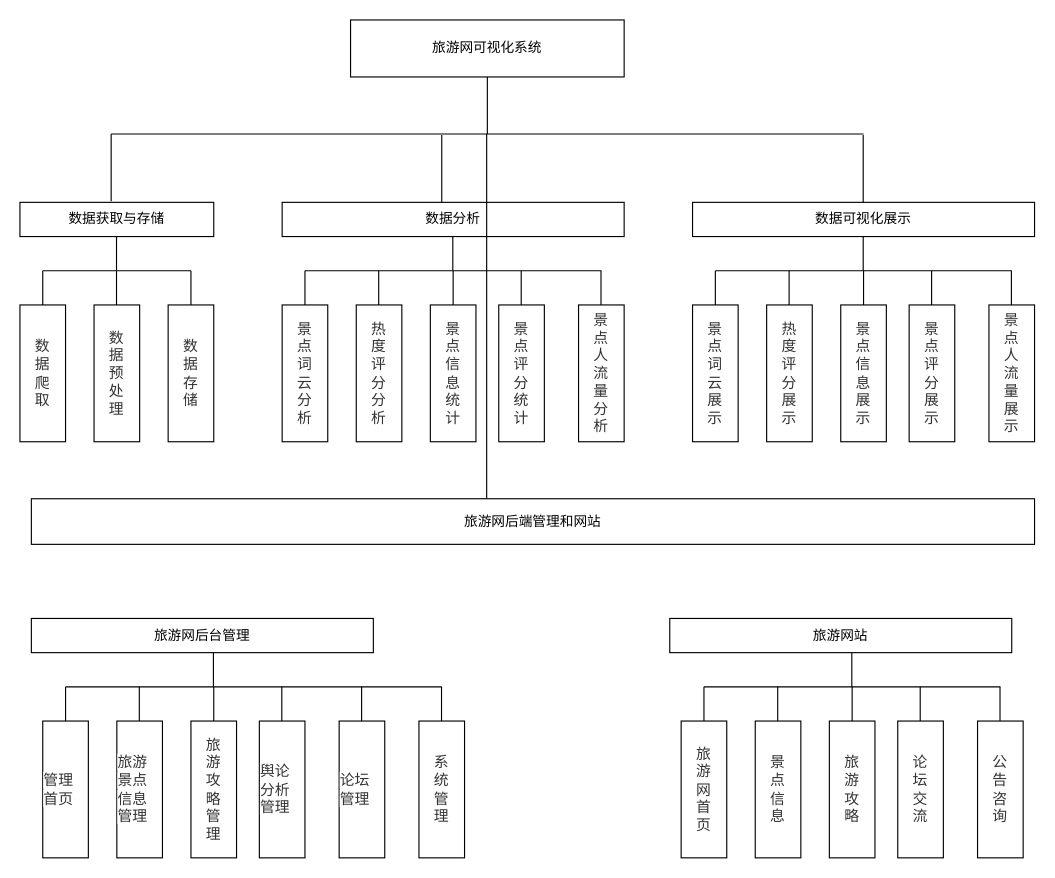
Above: 基于springboot旅游网系统设计.drawio in QingLianDuo/begraph (draw.io), before the change. Source tidied: cells renumbered, new cells numbered last; positions are measured from the earlier drawing's top-left corner, leaving out a move shared by most shapes. Both pictures are drawn from the tidied source at 114%, with x=0, y=0 at pixel (19, 19).
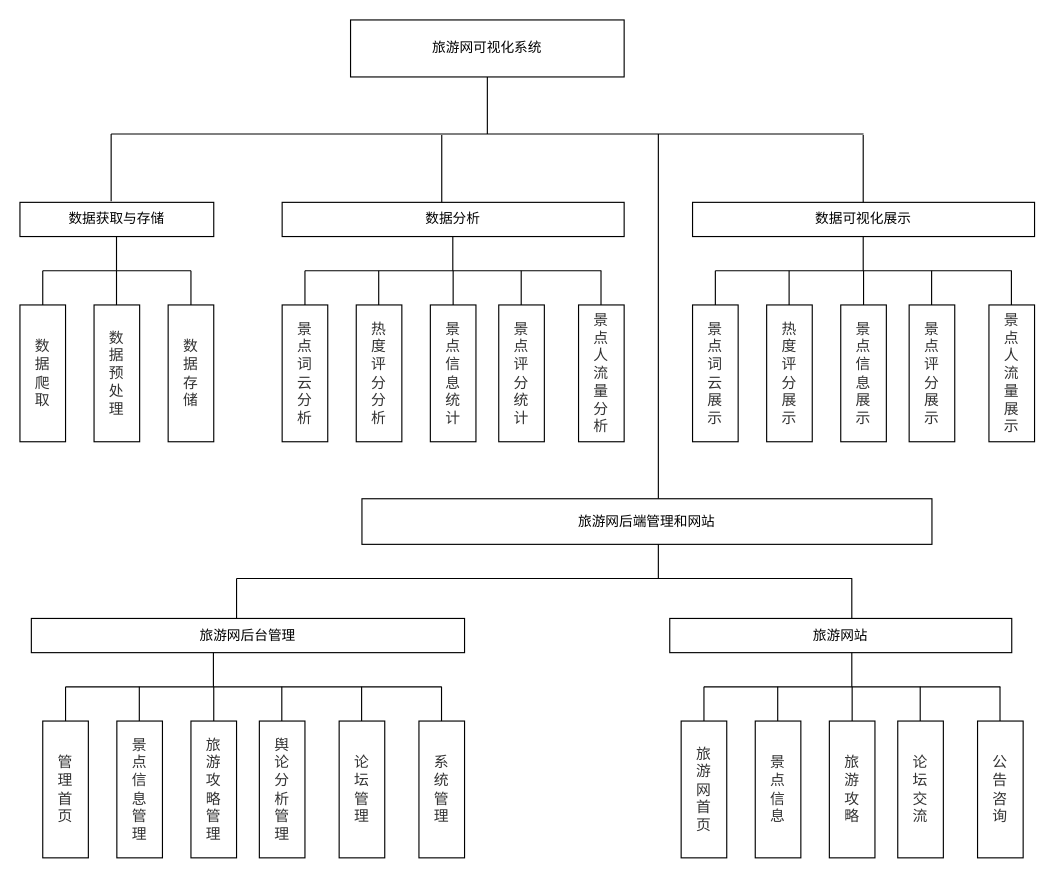
The same page after the edit.

Commit message (it also covers changes not shown here):
更新基于springboot旅游网系统设计.drawio

What changed in the source:
```diff
@@
     <mxCell id="43" style="endArrow=none;html=1;rounded=0;" parent="1" edge="1">
       <mxGeometry relative="1" as="geometry">
-        <mxPoint x="409.4" y="420" as="sourcePoint" />
-        <mxPoint x="409.4" y="100" as="targetPoint" />
+        <mxPoint x="560" y="420" as="sourcePoint" />
+        <mxPoint x="560" y="100" as="targetPoint" />
       </mxGeometry>
     </mxCell>
     <mxCell id="44" value="旅游网后端管理和网站" style="rounded=0;whiteSpace=wrap;html=1;" parent="1" vertex="1">
-      <mxGeometry x="10" y="420" width="880" height="40" as="geometry" />
+      <mxGeometry x="300" y="420" width="500" height="40" as="geometry" />
     </mxCell>
@@
     <mxCell id="58" value="旅游网后台管理" style="rounded=0;whiteSpace=wrap;html=1;" parent="1" vertex="1">
-      <mxGeometry x="10" y="525" width="300" height="30" as="geometry" />
+      <mxGeometry x="10" y="525" width="380" height="30" as="geometry" />
     </mxCell>
-    <mxCell id="59" value="&lt;div style=&quot;text-align: start;&quot;&gt;&lt;font face=&quot;Arial, sans-serif&quot; color=&quot;#333333&quot;&gt;&lt;span style=&quot;font-size: 13px; background-color: rgb(255, 255, 255);&quot;&gt;管理首页&lt;/span&gt;&lt;/font&gt;&lt;/div&gt;" style="rounded=0;whiteSpace=wrap;html=1;" parent="1" vertex="1">
+    <mxCell id="59" value="&lt;div style=&quot;text-align: start;&quot;&gt;&lt;font face=&quot;Arial, sans-serif&quot; color=&quot;#333333&quot;&gt;&lt;span style=&quot;font-size: 13px; background-color: rgb(255, 255, 255);&quot;&gt;管&lt;/span&gt;&lt;/font&gt;&lt;/div&gt;&lt;div style=&quot;text-align: start;&quot;&gt;&lt;font face=&quot;Arial, sans-serif&quot; color=&quot;#333333&quot;&gt;&lt;span style=&quot;font-size: 13px; background-color: rgb(255, 255, 255);&quot;&gt;理&lt;/span&gt;&lt;/font&gt;&lt;/div&gt;&lt;div style=&quot;text-align: start;&quot;&gt;&lt;font face=&quot;Arial, sans-serif&quot; color=&quot;#333333&quot;&gt;&lt;span style=&quot;font-size: 13px; background-color: rgb(255, 255, 255);&quot;&gt;首&lt;/span&gt;&lt;/font&gt;&lt;/div&gt;&lt;div style=&quot;text-align: start;&quot;&gt;&lt;font face=&quot;Arial, sans-serif&quot; color=&quot;#333333&quot;&gt;&lt;span style=&quot;font-size: 13px; background-color: rgb(255, 255, 255);&quot;&gt;页&lt;/span&gt;&lt;/font&gt;&lt;/div&gt;" style="rounded=0;whiteSpace=wrap;html=1;" parent="1" vertex="1">
       <mxGeometry x="20" y="615" width="40" height="120" as="geometry" />
     </mxCell>
-    <mxCell id="60" value="&lt;div style=&quot;text-align: start;&quot;&gt;&lt;font face=&quot;Arial, sans-serif&quot; color=&quot;#333333&quot;&gt;&lt;span style=&quot;font-size: 13px; background-color: rgb(255, 255, 255);&quot;&gt;旅游景点信息管理&lt;/span&gt;&lt;/font&gt;&lt;/div&gt;" style="rounded=0;whiteSpace=wrap;html=1;" parent="1" vertex="1">
+    <mxCell id="60" value="&lt;div style=&quot;text-align: start;&quot;&gt;&lt;span style=&quot;background-color: rgb(255, 255, 255); font-size: 13px; color: rgb(51, 51, 51); font-family: Arial, sans-serif;&quot;&gt;景&lt;/span&gt;&lt;/div&gt;&lt;div style=&quot;text-align: start;&quot;&gt;&lt;span style=&quot;background-color: rgb(255, 255, 255); font-size: 13px; color: rgb(51, 51, 51); font-family: Arial, sans-serif;&quot;&gt;点&lt;/span&gt;&lt;/div&gt;&lt;div style=&quot;text-align: start;&quot;&gt;&lt;span style=&quot;background-color: rgb(255, 255, 255); font-size: 13px; color: rgb(51, 51, 51); font-family: Arial, sans-serif;&quot;&gt;信&lt;/span&gt;&lt;/div&gt;&lt;div style=&quot;text-align: start;&quot;&gt;&lt;span style=&quot;background-color: rgb(255, 255, 255); font-size: 13px; color: rgb(51, 51, 51); font-family: Arial, sans-serif;&quot;&gt;息&lt;/span&gt;&lt;/div&gt;&lt;div style=&quot;text-align: start;&quot;&gt;&lt;span style=&quot;background-color: rgb(255, 255, 255); font-size: 13px; color: rgb(51, 51, 51); font-family: Arial, sans-serif;&quot;&gt;管&lt;/span&gt;&lt;/div&gt;&lt;div style=&quot;text-align: start;&quot;&gt;&lt;span style=&quot;background-color: rgb(255, 255, 255); font-size: 13px; color: rgb(51, 51, 51); font-family: Arial, sans-serif;&quot;&gt;理&lt;/span&gt;&lt;/div&gt;" style="rounded=0;whiteSpace=wrap;html=1;" parent="1" vertex="1">
       <mxGeometry x="85" y="615" width="40" height="120" as="geometry" />
     </mxCell>
@@
-    <mxCell id="67" value="&lt;div style=&quot;text-align: start;&quot;&gt;&lt;font face=&quot;Arial, sans-serif&quot; color=&quot;#333333&quot;&gt;&lt;span style=&quot;font-size: 13px; background-color: rgb(255, 255, 255);&quot;&gt;舆论分析管理&lt;/span&gt;&lt;/font&gt;&lt;/div&gt;" style="rounded=0;whiteSpace=wrap;html=1;" parent="1" vertex="1">
+    <mxCell id="67" value="&lt;div style=&quot;text-align: start;&quot;&gt;&lt;font face=&quot;Arial, sans-serif&quot; color=&quot;#333333&quot;&gt;&lt;span style=&quot;font-size: 13px; background-color: rgb(255, 255, 255);&quot;&gt;舆&lt;/span&gt;&lt;/font&gt;&lt;/div&gt;&lt;div style=&quot;text-align: start;&quot;&gt;&lt;font face=&quot;Arial, sans-serif&quot; color=&quot;#333333&quot;&gt;&lt;span style=&quot;font-size: 13px; background-color: rgb(255, 255, 255);&quot;&gt;论&lt;/span&gt;&lt;/font&gt;&lt;/div&gt;&lt;div style=&quot;text-align: start;&quot;&gt;&lt;font face=&quot;Arial, sans-serif&quot; color=&quot;#333333&quot;&gt;&lt;span style=&quot;font-size: 13px; background-color: rgb(255, 255, 255);&quot;&gt;分&lt;/span&gt;&lt;/font&gt;&lt;/div&gt;&lt;div style=&quot;text-align: start;&quot;&gt;&lt;font face=&quot;Arial, sans-serif&quot; color=&quot;#333333&quot;&gt;&lt;span style=&quot;font-size: 13px; background-color: rgb(255, 255, 255);&quot;&gt;析&lt;/span&gt;&lt;/font&gt;&lt;/div&gt;&lt;div style=&quot;text-align: start;&quot;&gt;&lt;font face=&quot;Arial, sans-serif&quot; color=&quot;#333333&quot;&gt;&lt;span style=&quot;font-size: 13px; background-color: rgb(255, 255, 255);&quot;&gt;管&lt;/span&gt;&lt;/font&gt;&lt;/div&gt;&lt;div style=&quot;text-align: start;&quot;&gt;&lt;font face=&quot;Arial, sans-serif&quot; color=&quot;#333333&quot;&gt;&lt;span style=&quot;font-size: 13px; background-color: rgb(255, 255, 255);&quot;&gt;理&lt;/span&gt;&lt;/font&gt;&lt;/div&gt;" style="rounded=0;whiteSpace=wrap;html=1;" parent="1" vertex="1">
       <mxGeometry x="210" y="615" width="40" height="120" as="geometry" />
     </mxCell>
-    <mxCell id="68" value="&lt;div style=&quot;text-align: start;&quot;&gt;&lt;font face=&quot;Arial, sans-serif&quot; color=&quot;#333333&quot;&gt;&lt;span style=&quot;font-size: 13px; background-color: rgb(255, 255, 255);&quot;&gt;论坛管理&lt;/span&gt;&lt;/font&gt;&lt;/div&gt;" style="rounded=0;whiteSpace=wrap;html=1;" parent="1" vertex="1">
+    <mxCell id="68" value="&lt;div style=&quot;text-align: start;&quot;&gt;&lt;font face=&quot;Arial, sans-serif&quot; color=&quot;#333333&quot;&gt;&lt;span style=&quot;font-size: 13px; background-color: rgb(255, 255, 255);&quot;&gt;论&lt;/span&gt;&lt;/font&gt;&lt;/div&gt;&lt;div style=&quot;text-align: start;&quot;&gt;&lt;font face=&quot;Arial, sans-serif&quot; color=&quot;#333333&quot;&gt;&lt;span style=&quot;font-size: 13px; background-color: rgb(255, 255, 255);&quot;&gt;坛&lt;/span&gt;&lt;/font&gt;&lt;/div&gt;&lt;div style=&quot;text-align: start;&quot;&gt;&lt;font face=&quot;Arial, sans-serif&quot; color=&quot;#333333&quot;&gt;&lt;span style=&quot;font-size: 13px; background-color: rgb(255, 255, 255);&quot;&gt;管&lt;/span&gt;&lt;/font&gt;&lt;/div&gt;&lt;div style=&quot;text-align: start;&quot;&gt;&lt;font face=&quot;Arial, sans-serif&quot; color=&quot;#333333&quot;&gt;&lt;span style=&quot;font-size: 13px; background-color: rgb(255, 255, 255);&quot;&gt;理&lt;/span&gt;&lt;/font&gt;&lt;/div&gt;" style="rounded=0;whiteSpace=wrap;html=1;" parent="1" vertex="1">
       <mxGeometry x="280" y="615" width="40" height="120" as="geometry" />
     </mxCell>
@@
+    <mxCell id="73" style="endArrow=none;html=1;rounded=0;" parent="1" edge="1">
+      <mxGeometry relative="1" as="geometry">
+        <mxPoint x="190" y="490" as="sourcePoint" />
+        <mxPoint x="730" y="490" as="targetPoint" />
+      </mxGeometry>
+    </mxCell>
+    <mxCell id="74" style="endArrow=none;html=1;rounded=0;" parent="1" edge="1">
+      <mxGeometry relative="1" as="geometry">
+        <mxPoint x="190" y="525" as="sourcePoint" />
+        <mxPoint x="190" y="490" as="targetPoint" />
+      </mxGeometry>
+    </mxCell>
+    <mxCell id="75" style="endArrow=none;html=1;rounded=0;" parent="1" edge="1">
+      <mxGeometry relative="1" as="geometry">
+        <mxPoint x="729.7" y="525" as="sourcePoint" />
+        <mxPoint x="729.7" y="490" as="targetPoint" />
+      </mxGeometry>
+    </mxCell>
+    <mxCell id="76" style="endArrow=none;html=1;rounded=0;" parent="1" edge="1">
+      <mxGeometry relative="1" as="geometry">
+        <mxPoint x="560" y="490" as="sourcePoint" />
+        <mxPoint x="560" y="460" as="targetPoint" />
+      </mxGeometry>
+    </mxCell>
```
